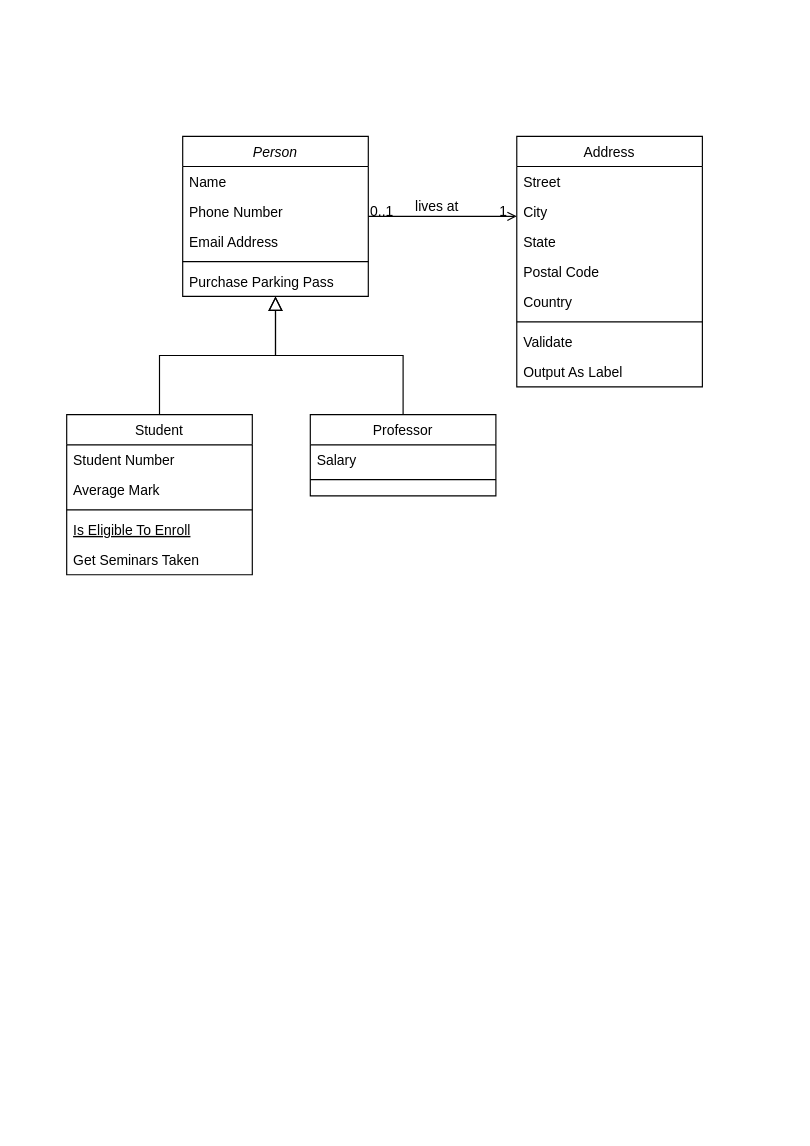
avipars/UML_Stuff keeps this draw.io diagram as Untitled Diagram.drawio. Above is the earlier version. Source tidied: cells renumbered, new cells numbered last; positions are measured from the earlier drawing's top-left corner, leaving out a move shared by most shapes. Both pictures are drawn from the tidied source at 116%, with x=0, y=0 at pixel (66, 136).
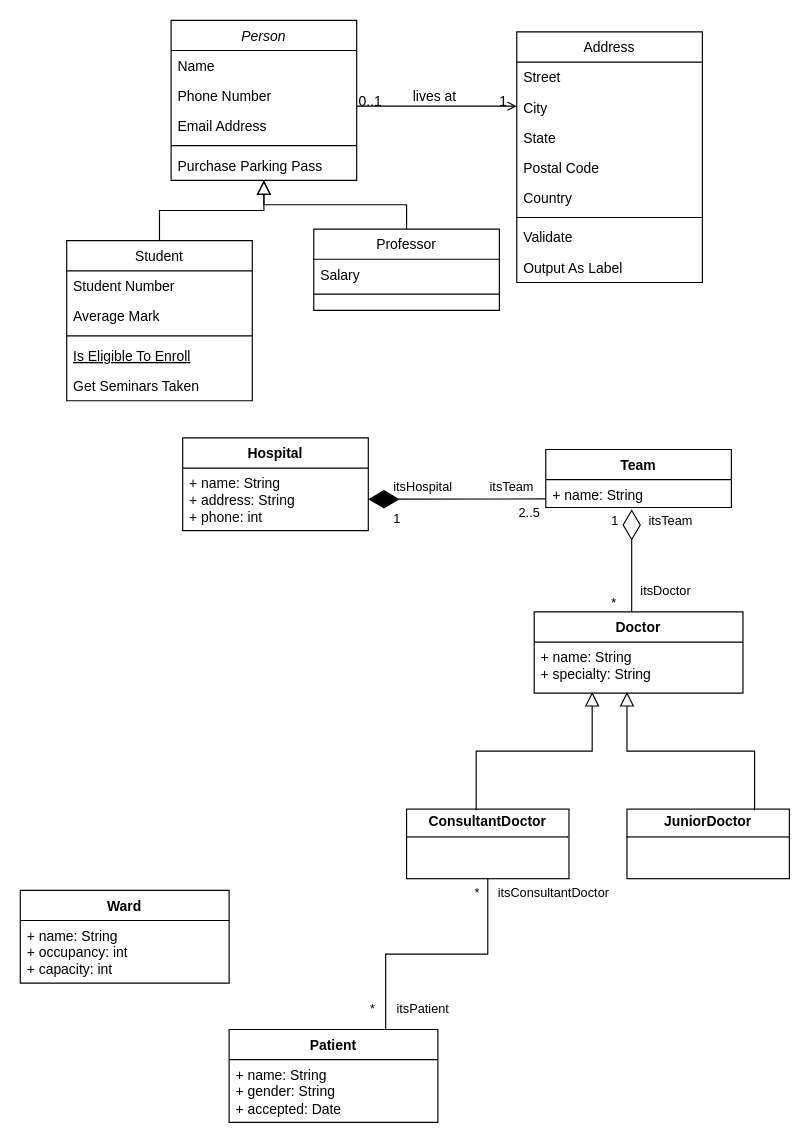
After the change.

The edit, as a diff of the source:
```diff
@@
     <mxCell id="2" value="Person" style="swimlane;fontStyle=2;align=center;verticalAlign=top;horizontal=1;startSize=26;rounded=0;shadow=0;strokeWidth=1;" parent="1" vertex="1">
-      <mxGeometry x="100" width="160" height="138" as="geometry" />
+      <mxGeometry x="90" y="-100" width="160" height="138" as="geometry" />
     </mxCell>
@@
     <mxCell id="8" value="Student" style="swimlane;fontStyle=0;align=center;verticalAlign=top;horizontal=1;startSize=26;rounded=0;shadow=0;strokeWidth=1;" parent="1" vertex="1">
-      <mxGeometry y="240" width="160" height="138" as="geometry" />
+      <mxGeometry y="90" width="160" height="138" as="geometry" />
     </mxCell>
@@
     <mxCell id="15" value="Professor" style="swimlane;fontStyle=0;align=center;verticalAlign=top;horizontal=1;startSize=26;rounded=0;shadow=0;strokeWidth=1;" parent="1" vertex="1">
-      <mxGeometry x="210" y="240" width="160" height="70" as="geometry" />
+      <mxGeometry x="213" y="80" width="160" height="70" as="geometry" />
     </mxCell>
@@
     <mxCell id="19" value="Address" style="swimlane;fontStyle=0;align=center;verticalAlign=top;horizontal=1;startSize=26;rounded=0;shadow=0;strokeWidth=1;" parent="1" vertex="1">
-      <mxGeometry x="388" width="160" height="216" as="geometry" />
+      <mxGeometry x="388" y="-90" width="160" height="216" as="geometry" />
     </mxCell>
@@
+    <mxCell id="32" value="Hospital" style="swimlane;fontStyle=1;align=center;verticalAlign=top;horizontal=1;startSize=26;whiteSpace=wrap;html=1;" parent="1" vertex="1">
+      <mxGeometry x="100" y="260" width="160" height="80" as="geometry" />
+    </mxCell>
+    <mxCell id="33" value="+ name: String&lt;div&gt;+ address: String&lt;/div&gt;&lt;div&gt;&lt;div&gt;+ phone: int&lt;/div&gt;&lt;div&gt;&lt;br&gt;&lt;/div&gt;&lt;/div&gt;" style="text;strokeColor=none;fillColor=none;align=left;verticalAlign=top;spacingLeft=4;spacingRight=4;overflow=hidden;points=[[0,0.5],[1,0.5]];portConstraint=eastwest;whiteSpace=wrap;html=1;" parent="32" vertex="1">
+      <mxGeometry y="26" width="160" height="54" as="geometry" />
+    </mxCell>
+    <mxCell id="34" value="Ward" style="swimlane;fontStyle=1;align=center;verticalAlign=top;horizontal=1;startSize=26;whiteSpace=wrap;html=1;" parent="1" vertex="1">
+      <mxGeometry x="-40" y="650" width="180" height="80" as="geometry" />
+    </mxCell>
+    <mxCell id="35" value="+ name: String&lt;div&gt;+ occupancy: int&lt;/div&gt;&lt;div&gt;&lt;div&gt;+ capacity: int&lt;/div&gt;&lt;div&gt;&lt;br&gt;&lt;/div&gt;&lt;div&gt;&lt;br&gt;&lt;/div&gt;&lt;/div&gt;" style="text;strokeColor=none;fillColor=none;align=left;verticalAlign=top;spacingLeft=4;spacingRight=4;overflow=hidden;whiteSpace=wrap;html=1;" parent="34" vertex="1">
+      <mxGeometry y="26" width="180" height="54" as="geometry" />
+    </mxCell>
+    <mxCell id="36" value="Patient" style="swimlane;fontStyle=1;align=center;verticalAlign=top;horizontal=1;startSize=26;whiteSpace=wrap;html=1;" parent="1" vertex="1">
+      <mxGeometry x="140" y="770" width="180" height="80" as="geometry" />
+    </mxCell>
+    <mxCell id="37" value="+ name: String&lt;div&gt;+ gender: String&lt;/div&gt;&lt;div&gt;&lt;div&gt;+ accepted: Date&lt;/div&gt;&lt;div&gt;&lt;br&gt;&lt;/div&gt;&lt;div&gt;&lt;br&gt;&lt;/div&gt;&lt;/div&gt;" style="text;strokeColor=none;fillColor=none;align=left;verticalAlign=top;spacingLeft=4;spacingRight=4;overflow=hidden;whiteSpace=wrap;html=1;" parent="36" vertex="1">
+      <mxGeometry y="26" width="180" height="54" as="geometry" />
+    </mxCell>
+    <mxCell id="38" value="Doctor" style="swimlane;fontStyle=1;align=center;verticalAlign=top;horizontal=1;startSize=26;whiteSpace=wrap;html=1;" parent="1" vertex="1">
+      <mxGeometry x="403" y="410" width="180" height="70" as="geometry" />
+    </mxCell>
+    <mxCell id="39" value="+ name: String&lt;div&gt;+ specialty: String&lt;/div&gt;&lt;div&gt;&lt;div&gt;&lt;br&gt;&lt;/div&gt;&lt;div&gt;&lt;br&gt;&lt;/div&gt;&lt;/div&gt;" style="text;strokeColor=none;fillColor=none;align=left;verticalAlign=top;spacingLeft=4;spacingRight=4;overflow=hidden;whiteSpace=wrap;html=1;" parent="38" vertex="1">
+      <mxGeometry y="26" width="180" height="44" as="geometry" />
+    </mxCell>
+    <mxCell id="40" value="&lt;p style=&quot;margin:0px;margin-top:4px;text-align:center;&quot;&gt;&lt;b&gt;JuniorDoctor&lt;/b&gt;&lt;/p&gt;&lt;hr size=&quot;1&quot; style=&quot;border-style:solid;&quot;&gt;&lt;div style=&quot;height:2px;&quot;&gt;&lt;/div&gt;" style="verticalAlign=top;align=left;overflow=fill;html=1;whiteSpace=wrap;" parent="1" vertex="1">
+      <mxGeometry x="483" y="580" width="140" height="60" as="geometry" />
+    </mxCell>
+    <mxCell id="41" value="&lt;p style=&quot;margin:0px;margin-top:4px;text-align:center;&quot;&gt;&lt;b&gt;ConsultantDoctor&lt;/b&gt;&lt;/p&gt;&lt;hr size=&quot;1&quot; style=&quot;border-style:solid;&quot;&gt;&lt;div style=&quot;height:2px;&quot;&gt;&lt;/div&gt;" style="verticalAlign=top;align=left;overflow=fill;html=1;whiteSpace=wrap;" parent="1" vertex="1">
+      <mxGeometry x="293" y="580" width="140" height="60" as="geometry" />
+    </mxCell>
+    <mxCell id="42" style="endArrow=block;endSize=10;endFill=0;shadow=0;strokeWidth=1;rounded=0;curved=0;edgeStyle=elbowEdgeStyle;elbow=vertical;" parent="1" edge="1">
+      <mxGeometry relative="1" as="geometry">
+        <mxPoint x="593" y="581" as="sourcePoint" />
+        <mxPoint x="483" y="479" as="targetPoint" />
+      </mxGeometry>
+    </mxCell>
+    <mxCell id="43" style="endArrow=block;endSize=10;endFill=0;shadow=0;strokeWidth=1;rounded=0;curved=0;edgeStyle=elbowEdgeStyle;elbow=vertical;" parent="1" edge="1">
+      <mxGeometry relative="1" as="geometry">
+        <mxPoint x="353" y="581" as="sourcePoint" />
+        <mxPoint x="453" y="479" as="targetPoint" />
+      </mxGeometry>
+    </mxCell>
+    <mxCell id="44" value="Team" style="swimlane;fontStyle=1;align=center;verticalAlign=top;horizontal=1;startSize=26;whiteSpace=wrap;html=1;" parent="1" vertex="1">
+      <mxGeometry x="413" y="270" width="160" height="50" as="geometry" />
+    </mxCell>
+    <mxCell id="45" value="+ name: String&lt;div&gt;&lt;div&gt;&lt;br&gt;&lt;/div&gt;&lt;/div&gt;" style="text;strokeColor=none;fillColor=none;align=left;verticalAlign=top;spacingLeft=4;spacingRight=4;overflow=hidden;points=[[0,0.5],[1,0.5]];portConstraint=eastwest;whiteSpace=wrap;html=1;" parent="44" vertex="1">
+      <mxGeometry y="26" width="160" height="24" as="geometry" />
+    </mxCell>
+    <mxCell id="46" style="endArrow=diamondThin;endFill=0;endSize=24;html=1;rounded=0;entryX=0.463;entryY=1.066;entryDx=0;entryDy=0;entryPerimeter=0;exitX=0.467;exitY=0;exitDx=0;exitDy=0;exitPerimeter=0;" parent="1" edge="1" source="38" target="45">
+      <mxGeometry relative="1" as="geometry" />
+    </mxCell>
+    <mxCell id="47" style="endArrow=none;html=1;edgeStyle=orthogonalEdgeStyle;rounded=0;exitX=0.5;exitY=1;exitDx=0;exitDy=0;entryX=0.75;entryY=0;entryDx=0;entryDy=0;" parent="1" edge="1" source="41" target="36">
+      <mxGeometry relative="1" as="geometry" />
+    </mxCell>
+    <mxCell id="48" value="itsConsultantDoctor" style="edgeLabel;html=1;align=left;verticalAlign=bottom;" parent="47" vertex="1">
+      <mxGeometry x="-1" relative="1" as="geometry">
+        <mxPoint x="7" y="20" as="offset" />
+      </mxGeometry>
+    </mxCell>
+    <mxCell id="49" value="itsPatient" style="edgeLabel;html=1;align=right;verticalAlign=bottom;" parent="47" vertex="1">
+      <mxGeometry x="1" relative="1" as="geometry">
+        <mxPoint x="55" y="-10" as="offset" />
+      </mxGeometry>
+    </mxCell>
+    <mxCell id="50" value="*" style="edgeLabel;html=1;align=left;verticalAlign=bottom;" parent="1" vertex="1">
+      <mxGeometry x="260" y="760" as="geometry" />
+    </mxCell>
+    <mxCell id="51" value="*" style="edgeLabel;html=1;align=left;verticalAlign=bottom;" parent="1" vertex="1">
+      <mxGeometry x="350" y="660" as="geometry" />
+    </mxCell>
+    <mxCell id="52" value="itsTeam" style="edgeLabel;html=1;align=left;verticalAlign=bottom;" parent="1" vertex="1">
+      <mxGeometry x="500" y="340" as="geometry" />
+    </mxCell>
+    <mxCell id="53" value="itsDoctor" style="edgeLabel;html=1;align=left;verticalAlign=bottom;" parent="1" vertex="1">
+      <mxGeometry x="493" y="400" as="geometry" />
+    </mxCell>
+    <mxCell id="54" value="*" style="edgeLabel;html=1;align=left;verticalAlign=bottom;" parent="1" vertex="1">
+      <mxGeometry x="468" y="410" as="geometry" />
+    </mxCell>
+    <mxCell id="55" value="1" style="edgeLabel;html=1;align=left;verticalAlign=bottom;" parent="1" vertex="1">
+      <mxGeometry x="468" y="340" as="geometry" />
+    </mxCell>
+    <mxCell id="56" style="endArrow=diamondThin;endFill=1;endSize=24;html=1;rounded=0;exitX=-0.002;exitY=0.693;exitDx=0;exitDy=0;exitPerimeter=0;" parent="1" edge="1" source="45" target="33">
+      <mxGeometry relative="1" as="geometry" />
+    </mxCell>
+    <mxCell id="57" value="itsHospital" style="edgeLabel;html=1;align=left;verticalAlign=bottom;" parent="1" vertex="1">
+      <mxGeometry x="280" y="310" as="geometry" />
+    </mxCell>
+    <mxCell id="58" value="itsTeam" style="edgeLabel;html=1;align=left;verticalAlign=bottom;" parent="1" vertex="1">
+      <mxGeometry x="363" y="310" as="geometry" />
+    </mxCell>
+    <mxCell id="59" value="&lt;span style=&quot;font-weight: normal;&quot;&gt;1&lt;/span&gt;" style="edgeLabel;html=1;align=left;verticalAlign=bottom;fontStyle=1;" parent="1" vertex="1">
+      <mxGeometry x="290" y="330" as="geometry">
+        <mxPoint x="-10" y="8" as="offset" />
+      </mxGeometry>
+    </mxCell>
+    <mxCell id="60" value="2..5" style="edgeLabel;html=1;align=left;verticalAlign=bottom;" parent="1" vertex="1">
+      <mxGeometry x="280" y="350" as="geometry">
+        <mxPoint x="108" y="-17" as="offset" />
+      </mxGeometry>
+    </mxCell>
```
